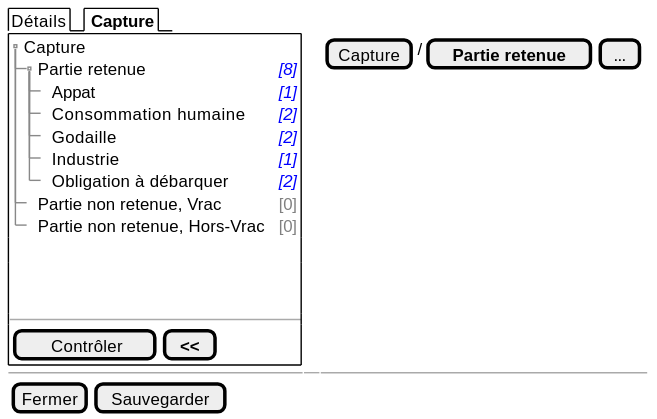
Above: projects/obsmer/spe/images/batch/batch-tree-PR.svg in sumaris-net/sumaris-doc (PlantUML), before the change.
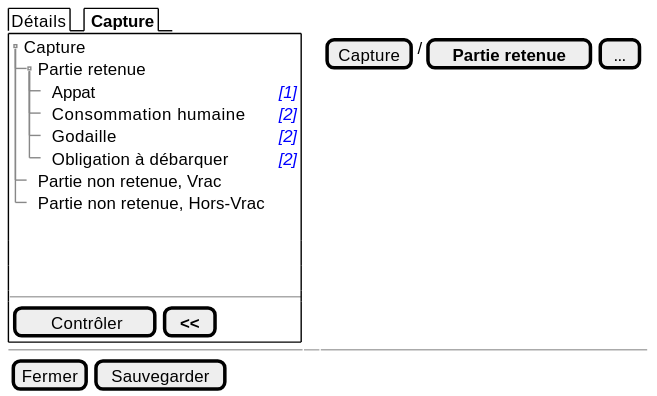
Above is the later version.

The edit, as a diff of the source:
```diff
@@ -4,14 +4,13 @@
   {+
    {T
        + Capture    | .
-       ++ Partie retenue       | <i><color:blue>[8]
+       ++ Partie retenue
        +++ Appat | <i><color:blue>[1]
        +++ Consommation humaine | <i><color:blue>[2]
        +++ Godaille | <i><color:blue>[2]
-       +++ Industrie | <i><color:blue>[1]
-       +++ Obligation à débarquer| <i><color:blue>[2]
-       ++ Partie non retenue, Vrac | <color:gray>[0]
-       ++ Partie non retenue, Hors-Vrac | <color:gray>[0]
+       +++ Obligation à débarquer | <i><color:blue>[2]
+       ++ Partie non retenue, Vrac
+       ++ Partie non retenue, Hors-Vrac
    }
     .
     .
```
